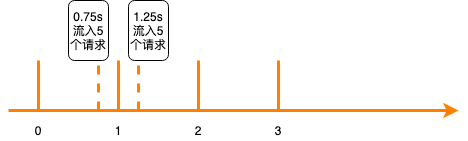
GuanN1ng/diagrams keeps this draw.io diagram as com.guann1n9.diagrams/distributed/fixedWindowRateLimit.png. Above is the earlier version. Source tidied: cells renumbered, new cells last; positions are measured from the earlier drawing's top-left corner, leaving out a move shared by most shapes. Source of this version:
```xml
<mxGraphModel>
  <root>
    <mxCell id="0" />
    <mxCell id="1" parent="0" />
    <mxCell id="2" style="endArrow=classic;html=1;fillColor=#fa6800;strokeWidth=3;strokeColor=#FF8000;" parent="1" edge="1">
      <mxGeometry relative="1" as="geometry">
        <mxPoint y="110" as="sourcePoint" />
        <mxPoint x="450" y="110" as="targetPoint" />
      </mxGeometry>
    </mxCell>
    <mxCell id="3" style="endArrow=none;html=1;fillColor=#fa6800;strokeWidth=3;strokeColor=#FF8000;" parent="1" edge="1">
      <mxGeometry relative="1" as="geometry">
        <mxPoint x="30" y="110" as="sourcePoint" />
        <mxPoint x="30" y="60" as="targetPoint" />
        <Array as="points">
          <mxPoint x="30" y="70" />
          <mxPoint x="30" y="90" />
        </Array>
      </mxGeometry>
    </mxCell>
    <mxCell id="4" style="endArrow=none;html=1;fillColor=#fa6800;strokeWidth=3;strokeColor=#FF8000;" parent="1" edge="1">
      <mxGeometry relative="1" as="geometry">
        <mxPoint x="110" y="110" as="sourcePoint" />
        <mxPoint x="110" y="60" as="targetPoint" />
        <Array as="points">
          <mxPoint x="110" y="70" />
          <mxPoint x="110" y="90" />
        </Array>
      </mxGeometry>
    </mxCell>
    <mxCell id="5" style="endArrow=none;html=1;fillColor=#fa6800;strokeWidth=3;strokeColor=#FF8000;" parent="1" edge="1">
      <mxGeometry relative="1" as="geometry">
        <mxPoint x="190" y="110" as="sourcePoint" />
        <mxPoint x="190" y="60" as="targetPoint" />
        <Array as="points">
          <mxPoint x="190" y="70" />
          <mxPoint x="190" y="90" />
        </Array>
      </mxGeometry>
    </mxCell>
    <mxCell id="6" style="endArrow=none;html=1;fillColor=#fa6800;strokeWidth=3;strokeColor=#FF8000;" parent="1" edge="1">
      <mxGeometry relative="1" as="geometry">
        <mxPoint x="270" y="110" as="sourcePoint" />
        <mxPoint x="270" y="60" as="targetPoint" />
        <Array as="points">
          <mxPoint x="270" y="70" />
          <mxPoint x="270" y="90" />
        </Array>
      </mxGeometry>
    </mxCell>
    <mxCell id="7" value="0" style="text;html=1;strokeColor=none;fillColor=none;align=center;verticalAlign=middle;whiteSpace=wrap;rounded=0;" parent="1" vertex="1">
      <mxGeometry x="10" y="120" width="40" height="20" as="geometry" />
    </mxCell>
    <mxCell id="8" value="1" style="text;html=1;strokeColor=none;fillColor=none;align=center;verticalAlign=middle;whiteSpace=wrap;rounded=0;" parent="1" vertex="1">
      <mxGeometry x="90" y="120" width="40" height="20" as="geometry" />
    </mxCell>
    <mxCell id="9" value="2" style="text;html=1;strokeColor=none;fillColor=none;align=center;verticalAlign=middle;whiteSpace=wrap;rounded=0;" parent="1" vertex="1">
      <mxGeometry x="170" y="120" width="40" height="20" as="geometry" />
    </mxCell>
    <mxCell id="10" value="3" style="text;html=1;strokeColor=none;fillColor=none;align=center;verticalAlign=middle;whiteSpace=wrap;rounded=0;" parent="1" vertex="1">
      <mxGeometry x="250" y="120" width="40" height="20" as="geometry" />
    </mxCell>
    <mxCell id="11" style="endArrow=none;dashed=1;html=1;strokeColor=#FF8000;strokeWidth=3;" parent="1" edge="1">
      <mxGeometry relative="1" as="geometry">
        <mxPoint x="90" y="110" as="sourcePoint" />
        <mxPoint x="90" y="60" as="targetPoint" />
      </mxGeometry>
    </mxCell>
    <mxCell id="12" style="endArrow=none;dashed=1;html=1;strokeColor=#FF8000;strokeWidth=3;" parent="1" edge="1">
      <mxGeometry relative="1" as="geometry">
        <mxPoint x="130" y="110" as="sourcePoint" />
        <mxPoint x="130" y="60" as="targetPoint" />
      </mxGeometry>
    </mxCell>
    <mxCell id="13" value="0.75s流入5个请求" style="rounded=1;whiteSpace=wrap;html=1;" parent="1" vertex="1">
      <mxGeometry x="60" width="40" height="60" as="geometry" />
    </mxCell>
    <mxCell id="14" value="1.25s流入5个请求" style="rounded=1;whiteSpace=wrap;html=1;" parent="1" vertex="1">
      <mxGeometry x="120" width="40" height="60" as="geometry" />
    </mxCell>
  </root>
</mxGraphModel>
```
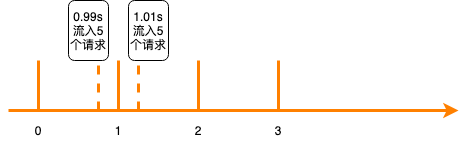
Later version of the same file.

What changed in the source:
```diff
@@ -72,10 +72,10 @@
         <mxPoint x="130" y="60" as="targetPoint" />
       </mxGeometry>
     </mxCell>
-    <mxCell id="13" value="0.75s流入5个请求" style="rounded=1;whiteSpace=wrap;html=1;" parent="1" vertex="1">
+    <mxCell id="13" value="0.99s流入5个请求" style="rounded=1;whiteSpace=wrap;html=1;" parent="1" vertex="1">
       <mxGeometry x="60" width="40" height="60" as="geometry" />
     </mxCell>
-    <mxCell id="14" value="1.25s流入5个请求" style="rounded=1;whiteSpace=wrap;html=1;" parent="1" vertex="1">
+    <mxCell id="14" value="1.01s流入5个请求" style="rounded=1;whiteSpace=wrap;html=1;" parent="1" vertex="1">
       <mxGeometry x="120" width="40" height="60" as="geometry" />
     </mxCell>
   </root>
```
